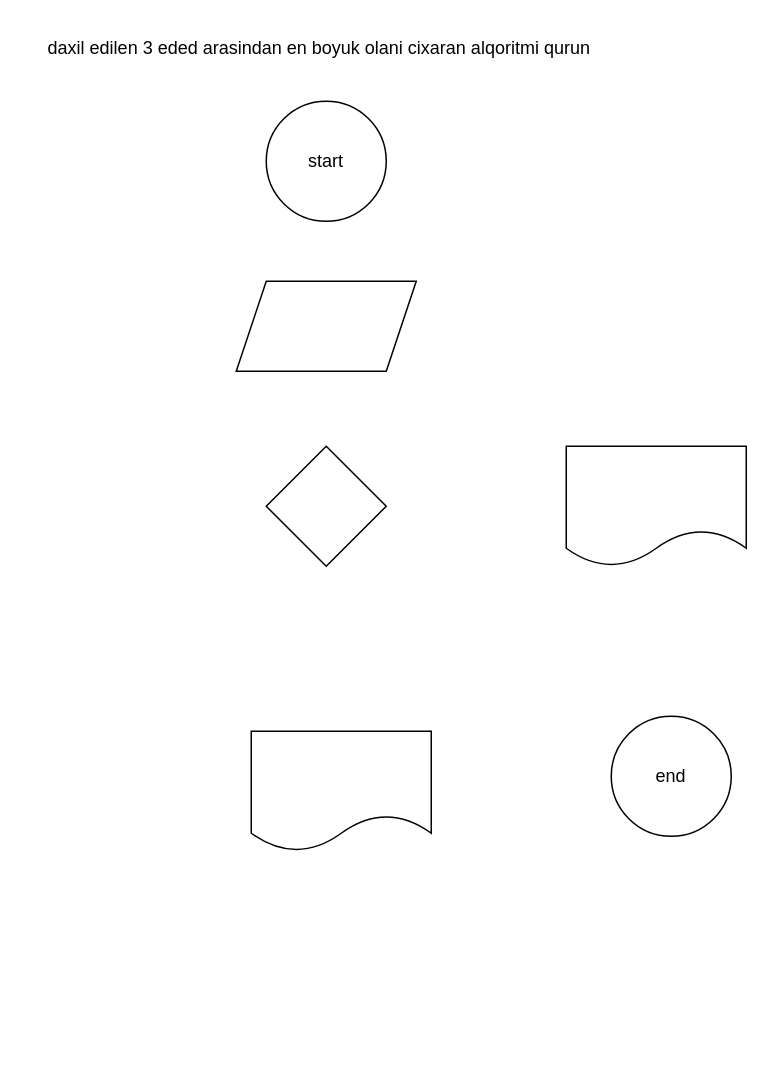
Earlier version of the draw.io diagram 3 ededli 2task.drawio (e-valiyev/Less-3-01-24-01). Source tidied: cells renumbered, new cells numbered last; positions are measured from the earlier drawing's top-left corner, leaving out a move shared by most shapes. Both pictures are drawn from the tidied source at 150%, with x=0, y=0 at pixel (26, 26).
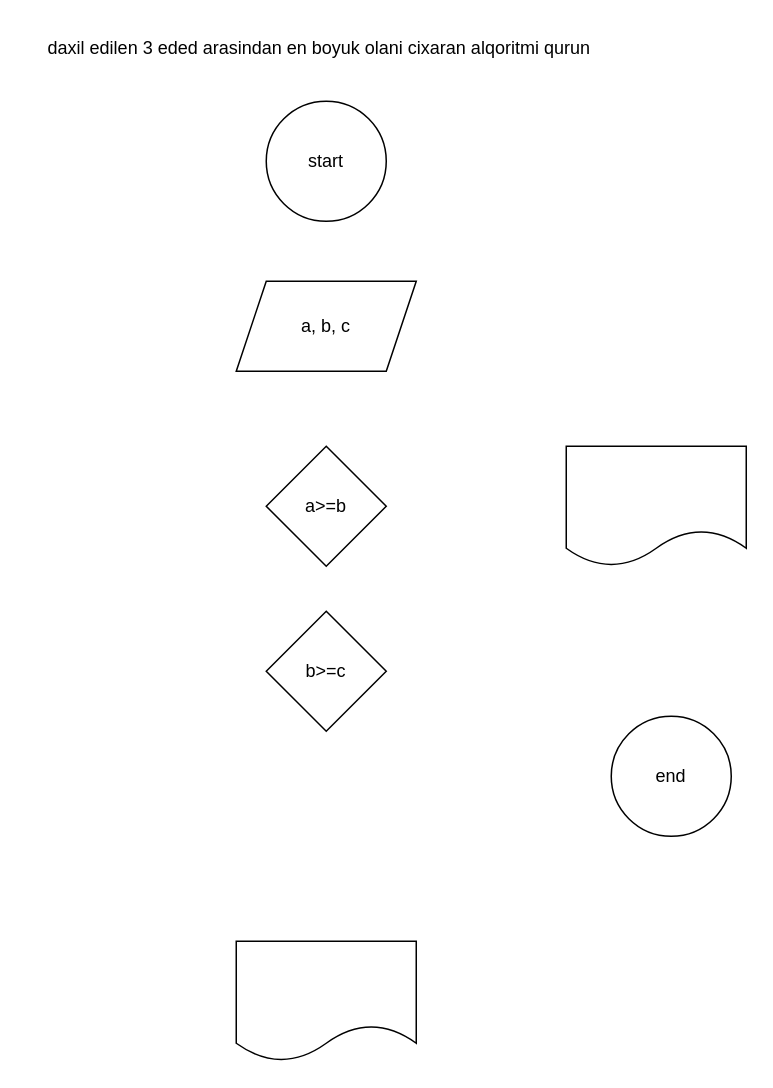
Above is the later version.

Diff of the diagram source:
```diff
@@
 <mxGraphModel>
   <root>
     <mxCell id="0" />
     <mxCell id="1" parent="0" />
     <mxCell id="2" value="start" style="ellipse;whiteSpace=wrap;html=1;" parent="1" vertex="1">
       <mxGeometry x="160" y="50" width="80" height="80" as="geometry" />
     </mxCell>
-    <mxCell id="3" style="rhombus;whiteSpace=wrap;html=1;" parent="1" vertex="1">
+    <mxCell id="3" value="a&amp;gt;=b" style="rhombus;whiteSpace=wrap;html=1;" parent="1" vertex="1">
       <mxGeometry x="160" y="280" width="80" height="80" as="geometry" />
     </mxCell>
-    <mxCell id="4" style="shape=parallelogram;perimeter=parallelogramPerimeter;whiteSpace=wrap;html=1;fixedSize=1;" parent="1" vertex="1">
+    <mxCell id="4" value="a, b, c" style="shape=parallelogram;perimeter=parallelogramPerimeter;whiteSpace=wrap;html=1;fixedSize=1;" parent="1" vertex="1">
       <mxGeometry x="140" y="170" width="120" height="60" as="geometry" />
     </mxCell>
     <mxCell id="5" style="shape=document;whiteSpace=wrap;html=1;boundedLbl=1;" parent="1" vertex="1">
-      <mxGeometry x="150" y="470" width="120" height="80" as="geometry" />
+      <mxGeometry x="140" y="610" width="120" height="80" as="geometry" />
     </mxCell>
     <mxCell id="6" style="shape=document;whiteSpace=wrap;html=1;boundedLbl=1;" parent="1" vertex="1">
       <mxGeometry x="360" y="280" width="120" height="80" as="geometry" />
     </mxCell>
     <mxCell id="7" value="end" style="ellipse;whiteSpace=wrap;html=1;" parent="1" vertex="1">
       <mxGeometry x="390" y="460" width="80" height="80" as="geometry" />
     </mxCell>
     <mxCell id="8" value="daxil edilen 3 eded arasindan en boyuk olani cixaran alqoritmi qurun" style="text;html=1;align=center;verticalAlign=middle;strokeColor=none;fillColor=none;" parent="1" vertex="1">
       <mxGeometry width="390" height="30" as="geometry" />
     </mxCell>
+    <mxCell id="9" value="b&amp;gt;=c" style="rhombus;whiteSpace=wrap;html=1;" parent="1" vertex="1">
+      <mxGeometry x="160" y="390" width="80" height="80" as="geometry" />
+    </mxCell>
   </root>
 </mxGraphModel>
```
